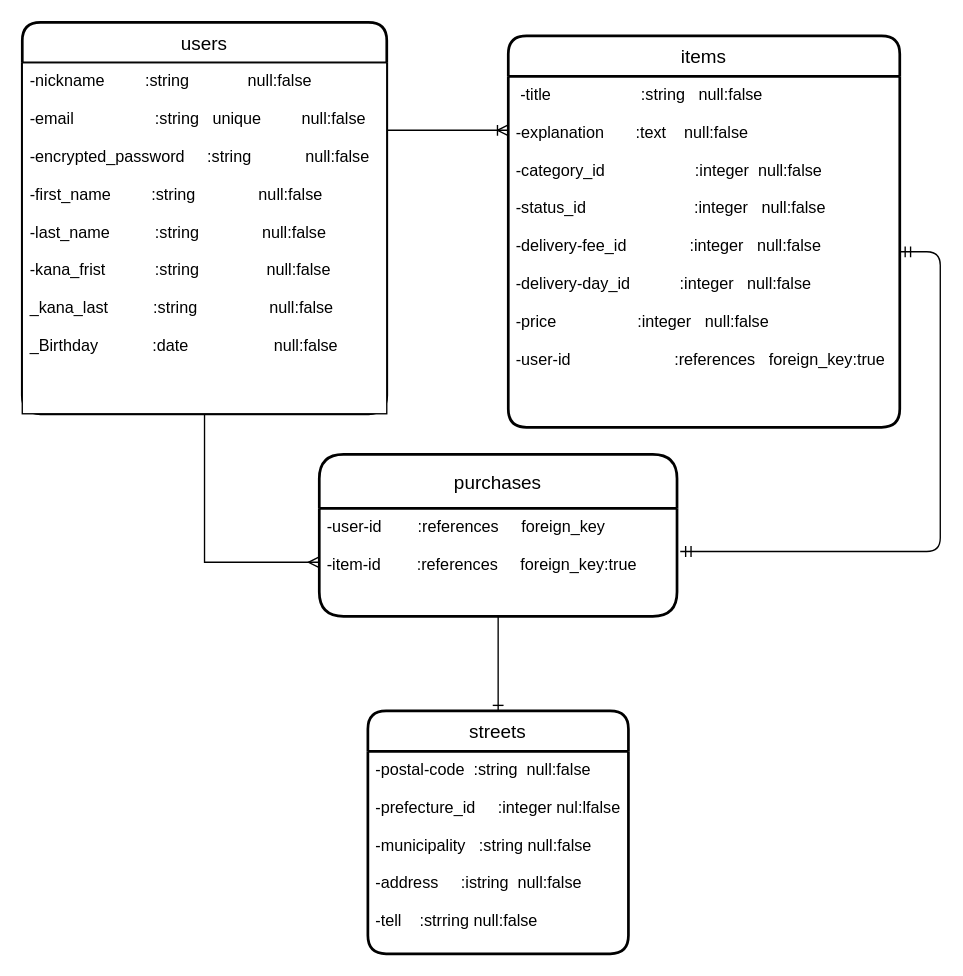
This is furima.dio from bloom-dream36/furima-32088, a draw.io file, before an edit. Source tidied: cells renumbered, new cells numbered last; positions are measured from the earlier drawing's top-left corner, leaving out a move shared by most shapes. Both pictures are drawn from the tidied source at 135%, with x=0, y=0 at pixel (22, 22).
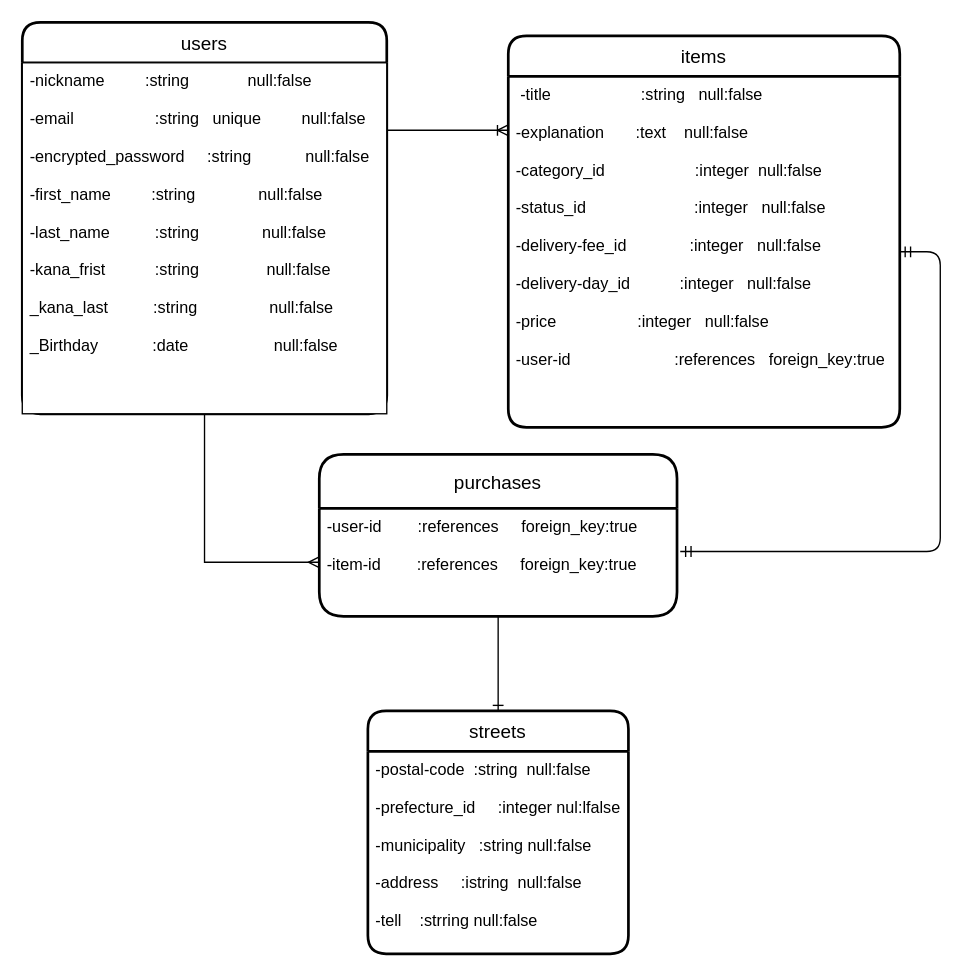
The same diagram, later.

The edit, as a diff of the source:
```diff
@@
 <mxGraphModel>
   <root>
     <mxCell id="0" />
     <mxCell id="1" parent="0" />
     <mxCell id="2" style="edgeStyle=orthogonalEdgeStyle;rounded=0;jettySize=auto;html=1;exitX=0.5;exitY=1;exitDx=0;exitDy=0;entryX=0;entryY=0.5;entryDx=0;entryDy=0;endArrow=ERmany;endFill=0;" parent="1" edge="1" source="6" target="11">
       <mxGeometry relative="1" as="geometry" />
     </mxCell>
     <mxCell id="3" style="edgeStyle=entityRelationEdgeStyle;fontSize=12;html=1;endArrow=ERoneToMany;" parent="1" edge="1">
       <mxGeometry relative="1" as="geometry">
         <mxPoint x="170" y="80" as="sourcePoint" />
         <mxPoint x="360" y="80" as="targetPoint" />
       </mxGeometry>
     </mxCell>
     <mxCell id="4" style="edgeStyle=entityRelationEdgeStyle;fontSize=12;html=1;endArrow=ERmandOne;startArrow=ERmandOne;exitX=1.009;exitY=0.4;exitDx=0;exitDy=0;exitPerimeter=0;" parent="1" edge="1" source="11" target="9">
       <mxGeometry relative="1" as="geometry" />
     </mxCell>
     <mxCell id="5" style="edgeStyle=orthogonalEdgeStyle;rounded=0;jettySize=auto;html=1;exitX=0.5;exitY=1;exitDx=0;exitDy=0;entryX=0.5;entryY=0;entryDx=0;entryDy=0;endArrow=ERone;endFill=0;" parent="1" edge="1" source="11" target="12">
       <mxGeometry relative="1" as="geometry" />
     </mxCell>
     <mxCell id="6" value="users" style="swimlane;horizontal=1;startSize=30;rounded=1;fontSize=14;fontStyle=0;strokeWidth=2;shadow=0;dashed=0;align=center;" parent="1" vertex="1">
       <mxGeometry width="270" height="290" as="geometry" />
     </mxCell>
     <mxCell id="7" value="-nickname         :string             null:false  &#10;&#10;-email                  :string   unique         null:false&#10;&#10;-encrypted_password     :string            null:false&#10;&#10;-first_name         :string              null:false&#10;&#10;-last_name          :string              null:false&#10;&#10;-kana_frist           :string               null:false&#10;&#10;_kana_last          :string                null:false&#10; &#10;_Birthday            :date                   null:false&#10;&#10;&#10;&#10;&#10;&#10;&#10;" style="align=left;spacingLeft=4;fontSize=12;verticalAlign=top;" parent="6" vertex="1">
       <mxGeometry y="30" width="270" height="260" as="geometry" />
     </mxCell>
     <mxCell id="8" value="items" style="swimlane;horizontal=1;startSize=30;rounded=1;fontSize=14;fontStyle=0;strokeWidth=2;shadow=0;dashed=0;align=center;" parent="1" vertex="1">
       <mxGeometry x="360" y="10" width="290" height="290" as="geometry" />
     </mxCell>
     <mxCell id="9" value=" -title                    :string   null:false&#10;&#10;-explanation       :text    null:false&#10;&#10;-category_id                    :integer  null:false&#10;&#10;-status_id                        :integer   null:false&#10;&#10;-delivery-fee_id              :integer   null:false&#10;&#10;-delivery-day_id           :integer   null:false&#10;&#10;-price                  :integer   null:false&#10;&#10;-user-id                       :references   foreign_key:true&#10;" style="align=left;strokeColor=none;fillColor=none;spacingLeft=4;fontSize=12;verticalAlign=top;" parent="8" vertex="1">
       <mxGeometry y="30" width="290" height="260" as="geometry" />
     </mxCell>
     <mxCell id="10" value="purchases" style="swimlane;horizontal=1;startSize=40;rounded=1;fontSize=14;fontStyle=0;strokeWidth=2;shadow=0;dashed=0;align=center;" parent="1" vertex="1">
       <mxGeometry x="220" y="320" width="265" height="120" as="geometry" />
     </mxCell>
-    <mxCell id="11" value="-user-id        :references     foreign_key&#10;&#10;-item-id        :references     foreign_key:true&#10;&#10;" style="align=left;strokeColor=none;fillColor=none;spacingLeft=4;fontSize=12;verticalAlign=top;" parent="10" vertex="1">
+    <mxCell id="11" value="-user-id        :references     foreign_key:true&#10;&#10;-item-id        :references     foreign_key:true&#10;&#10;" style="align=left;strokeColor=none;fillColor=none;spacingLeft=4;fontSize=12;verticalAlign=top;" parent="10" vertex="1">
       <mxGeometry y="40" width="265" height="80" as="geometry" />
     </mxCell>
     <mxCell id="12" value="streets" style="swimlane;horizontal=1;startSize=30;rounded=1;fontSize=14;fontStyle=0;strokeWidth=2;shadow=0;dashed=0;align=center;" parent="1" vertex="1">
       <mxGeometry x="256" y="510" width="193" height="180" as="geometry" />
     </mxCell>
     <mxCell id="13" value="-postal-code  :string  null:false&#10;&#10;-prefecture_id     :integer nul:lfalse&#10;&#10;-municipality   :string null:false&#10;&#10;-address     :istring  null:false&#10;&#10;-tell    :strring null:false" style="align=left;strokeColor=none;fillColor=none;spacingLeft=4;fontSize=12;verticalAlign=top;" parent="12" vertex="1">
       <mxGeometry y="30" width="193" height="150" as="geometry" />
     </mxCell>
   </root>
 </mxGraphModel>
```
